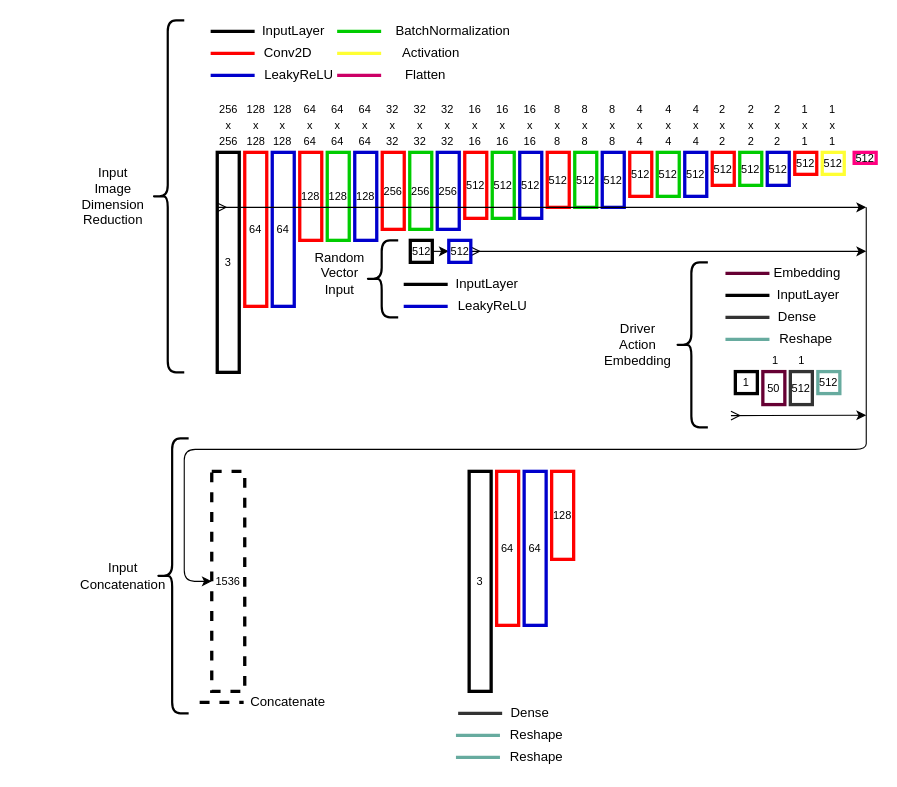
Above: page "Page-1" (1 of 2) of gen_diagram.drawio in cesarwenz/ENGG6570 (draw.io), before the change. Source tidied: cells renumbered, new cells numbered last; positions are measured from the earlier drawing's top-left corner, leaving out a move shared by most shapes. Both pictures are drawn from the tidied source at 110%, with x=0, y=0 at pixel (73, 20). Pictures stored in the file or linked from it are replaced by grey dashed boxes.
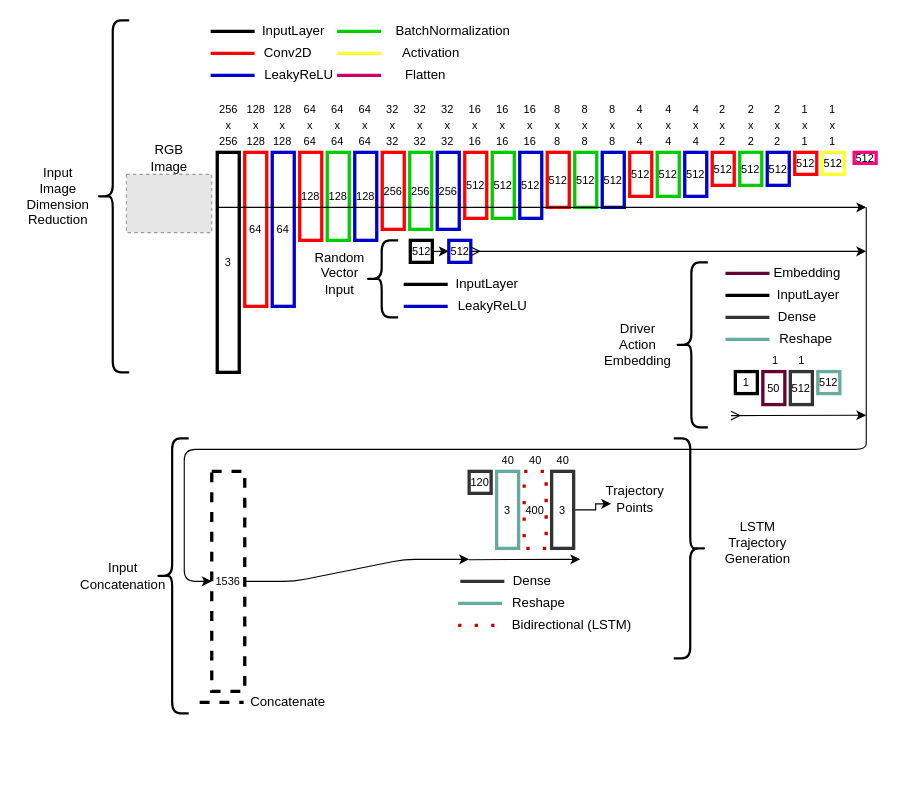
The same page after the edit.

The change refers to these unchanged cells:
```xml
<mxCell id="2" value="&lt;font style=&quot;font-size: 10px&quot;&gt;3&lt;/font&gt;" style="rounded=0;whiteSpace=wrap;html=1;strokeWidth=3;" parent="1" vertex="1">
  <mxGeometry x="131" y="120" width="20" height="200" as="geometry" />
</mxCell>
<mxCell id="91" value="&lt;font style=&quot;font-size: 10px&quot;&gt;1536&lt;/font&gt;" style="rounded=0;whiteSpace=wrap;html=1;strokeWidth=3;dashed=1;" parent="1" vertex="1">
  <mxGeometry x="126" y="410" width="30" height="200" as="geometry" />
</mxCell>
```

The edit, as a diff of the source:
```diff
@@
     <mxCell id="61" style="shape=curlyBracket;whiteSpace=wrap;html=1;rounded=1;strokeWidth=2;" parent="1" vertex="1">
-      <mxGeometry x="71" width="30" height="320" as="geometry" />
+      <mxGeometry x="21" width="30" height="320" as="geometry" />
     </mxCell>
     <mxCell id="62" value="Input&lt;br&gt;Image&lt;br&gt;Dimension&lt;br&gt;Reduction" style="text;html=1;align=center;verticalAlign=middle;strokeColor=none;" parent="1" vertex="1">
-      <mxGeometry x="1" y="130" width="70" height="60" as="geometry" />
+      <mxGeometry x="-49" y="130" width="70" height="60" as="geometry" />
     </mxCell>
@@
-    <mxCell id="71" style="endArrow=classic;html=1;strokeColor=#000000;strokeWidth=1;exitX=0;exitY=0.25;exitDx=0;exitDy=0;startArrow=ERmany;startFill=0;" parent="1" edge="1" source="2">
+    <mxCell id="71" style="endArrow=classic;html=1;strokeColor=#000000;strokeWidth=1;exitX=0;exitY=0.25;exitDx=0;exitDy=0;startArrow=none;startFill=0;" parent="1" edge="1" source="2">
       <mxGeometry relative="1" as="geometry">
         <mxPoint x="721" y="170" as="targetPoint" />
       </mxGeometry>
     </mxCell>
@@
-    <mxCell id="97" value="&lt;font style=&quot;font-size: 10px&quot;&gt;3&lt;/font&gt;" style="rounded=0;whiteSpace=wrap;html=1;strokeWidth=3;" parent="1" vertex="1">
-      <mxGeometry x="360" y="410" width="20" height="200" as="geometry" />
+    <mxCell id="97" value="&lt;font style=&quot;font-size: 10px&quot;&gt;120&lt;/font&gt;" style="rounded=0;whiteSpace=wrap;html=1;strokeWidth=3;strokeColor=#333333;" parent="1" vertex="1">
+      <mxGeometry x="360" y="410" width="20" height="20" as="geometry" />
     </mxCell>
-    <mxCell id="98" value="&lt;font size=&quot;1&quot;&gt;64&lt;/font&gt;" style="rounded=0;whiteSpace=wrap;html=1;strokeColor=#FF0000;strokeWidth=3;" parent="1" vertex="1">
-      <mxGeometry x="385" y="410" width="20" height="140" as="geometry" />
+    <mxCell id="98" value="&lt;font size=&quot;1&quot;&gt;3&lt;/font&gt;" style="rounded=0;whiteSpace=wrap;html=1;strokeWidth=3;strokeColor=#67AB9F;" parent="1" vertex="1">
+      <mxGeometry x="385" y="410" width="20" height="70" as="geometry" />
     </mxCell>
-    <mxCell id="99" value="&lt;font size=&quot;1&quot;&gt;64&lt;/font&gt;" style="rounded=0;whiteSpace=wrap;html=1;strokeColor=#0000CC;strokeWidth=3;" parent="1" vertex="1">
-      <mxGeometry x="410" y="410" width="20" height="140" as="geometry" />
+    <mxCell id="99" value="&lt;font size=&quot;1&quot;&gt;400&lt;/font&gt;" style="rounded=0;whiteSpace=wrap;html=1;strokeWidth=3;strokeColor=#CC0000;dashed=1;dashPattern=1 4;" parent="1" vertex="1">
+      <mxGeometry x="410" y="410" width="20" height="70" as="geometry" />
     </mxCell>
+    <mxCell id="107" style="edgeStyle=orthogonalEdgeStyle;rounded=0;jettySize=auto;html=1;entryX=-0.048;entryY=0.591;entryDx=0;entryDy=0;entryPerimeter=0;startArrow=none;startFill=0;strokeColor=#000000;strokeWidth=1;" parent="1" edge="1" source="100" target="117">
+      <mxGeometry relative="1" as="geometry" />
+    </mxCell>
-    <mxCell id="100" value="&lt;font style=&quot;font-size: 10px&quot;&gt;128&lt;/font&gt;" style="rounded=0;whiteSpace=wrap;html=1;strokeColor=#FF0000;strokeWidth=3;" parent="1" vertex="1">
-      <mxGeometry x="435" y="410" width="20" height="80" as="geometry" />
+    <mxCell id="100" value="&lt;font style=&quot;font-size: 10px&quot;&gt;3&lt;/font&gt;" style="rounded=0;whiteSpace=wrap;html=1;strokeWidth=3;strokeColor=#333333;" parent="1" vertex="1">
+      <mxGeometry x="435" y="410" width="20" height="70" as="geometry" />
     </mxCell>
     <mxCell id="101" style="endArrow=none;html=1;strokeWidth=3;strokeColor=#333333;" parent="1" edge="1">
       <mxGeometry relative="1" as="geometry">
-        <mxPoint x="350" y="630" as="sourcePoint" />
-        <mxPoint x="390" y="630" as="targetPoint" />
+        <mxPoint x="352" y="510" as="sourcePoint" />
+        <mxPoint x="392" y="510" as="targetPoint" />
       </mxGeometry>
     </mxCell>
     <mxCell id="102" value="Dense" style="text;html=1;align=center;verticalAlign=middle;strokeColor=none;" parent="1" vertex="1">
-      <mxGeometry x="390" y="620" width="50" height="20" as="geometry" />
+      <mxGeometry x="392" y="500" width="50" height="20" as="geometry" />
     </mxCell>
     <mxCell id="103" style="endArrow=none;html=1;strokeWidth=3;strokeColor=#67AB9F;" parent="1" edge="1">
       <mxGeometry relative="1" as="geometry">
-        <mxPoint x="348" y="650" as="sourcePoint" />
-        <mxPoint x="388" y="650" as="targetPoint" />
+        <mxPoint x="350" y="530" as="sourcePoint" />
+        <mxPoint x="390" y="530" as="targetPoint" />
       </mxGeometry>
     </mxCell>
     <mxCell id="104" value="Reshape" style="text;html=1;align=center;verticalAlign=middle;strokeColor=none;" parent="1" vertex="1">
-      <mxGeometry x="391" y="640" width="60" height="20" as="geometry" />
+      <mxGeometry x="393" y="520" width="60" height="20" as="geometry" />
     </mxCell>
-    <mxCell id="105" style="endArrow=none;html=1;strokeWidth=3;strokeColor=#67AB9F;" parent="1" edge="1">
+    <mxCell id="105" style="endArrow=none;html=1;strokeWidth=3;strokeColor=#CC0000;dashed=1;dashPattern=1 4;" parent="1" edge="1">
       <mxGeometry relative="1" as="geometry">
-        <mxPoint x="348" y="670" as="sourcePoint" />
-        <mxPoint x="388" y="670" as="targetPoint" />
+        <mxPoint x="350" y="550" as="sourcePoint" />
+        <mxPoint x="390" y="550" as="targetPoint" />
       </mxGeometry>
     </mxCell>
-    <mxCell id="106" value="Reshape" style="text;html=1;align=center;verticalAlign=middle;strokeColor=none;" parent="1" vertex="1">
-      <mxGeometry x="391" y="660" width="60" height="20" as="geometry" />
+    <mxCell id="106" value="Bidirectional (LSTM)" style="text;html=1;align=center;verticalAlign=middle;strokeColor=none;" parent="1" vertex="1">
+      <mxGeometry x="393" y="540" width="120" height="20" as="geometry" />
     </mxCell>
+    <mxCell id="108" value="&lt;font style=&quot;font-size: 10px&quot;&gt;40&lt;/font&gt;" style="text;html=1;align=center;verticalAlign=middle;strokeColor=none;" parent="1" vertex="1">
+      <mxGeometry x="380" y="390" width="30" height="20" as="geometry" />
+    </mxCell>
+    <mxCell id="109" value="&lt;font style=&quot;font-size: 10px&quot;&gt;40&lt;/font&gt;" style="text;html=1;align=center;verticalAlign=middle;strokeColor=none;" parent="1" vertex="1">
+      <mxGeometry x="405" y="390" width="30" height="20" as="geometry" />
+    </mxCell>
+    <mxCell id="110" value="&lt;font style=&quot;font-size: 10px&quot;&gt;40&lt;/font&gt;" style="text;html=1;align=center;verticalAlign=middle;strokeColor=none;" parent="1" vertex="1">
+      <mxGeometry x="430" y="390" width="30" height="20" as="geometry" />
+    </mxCell>
+    <mxCell id="111" style="endArrow=classic;html=1;strokeWidth=1;exitX=1;exitY=0.5;exitDx=0;exitDy=0;" parent="1" edge="1" source="91">
+      <mxGeometry relative="1" as="geometry">
+        <mxPoint x="360" y="490" as="targetPoint" />
+        <Array as="points">
+          <mxPoint x="201" y="510" />
+          <mxPoint x="301" y="490" />
+        </Array>
+      </mxGeometry>
+    </mxCell>
+    <mxCell id="112" style="endArrow=classic;html=1;strokeColor=#000000;strokeWidth=1;exitX=0;exitY=0.25;exitDx=0;exitDy=0;startArrow=none;startFill=0;" parent="1" edge="1">
+      <mxGeometry relative="1" as="geometry">
+        <mxPoint x="359.5" y="490.3" as="sourcePoint" />
+        <mxPoint x="461" y="490" as="targetPoint" />
+      </mxGeometry>
+    </mxCell>
+    <mxCell id="113" style="shape=curlyBracket;whiteSpace=wrap;html=1;rounded=1;strokeWidth=2;rotation=-180;" parent="1" vertex="1">
+      <mxGeometry x="546" y="380" width="30" height="200" as="geometry" />
+    </mxCell>
+    <mxCell id="114" value="LSTM&lt;br&gt;Trajectory&lt;br&gt;Generation" style="text;html=1;align=center;verticalAlign=middle;strokeColor=none;" parent="1" vertex="1">
+      <mxGeometry x="587" y="450" width="70" height="50" as="geometry" />
+    </mxCell>
+    <mxCell id="115" value="RGB&lt;br&gt;Image" style="text;html=1;align=center;verticalAlign=middle;strokeColor=none;" parent="1" vertex="1">
+      <mxGeometry x="62.2" y="110" width="50" height="30" as="geometry" />
+    </mxCell>
+    <mxCell id="116" style="fillColor=#E6E6E6;strokeColor=#999999;dashed=1;verticalLabelPosition=bottom;labelBackgroundColor=#ffffff;verticalAlign=top;" parent="1" vertex="1">
+      <mxGeometry x="48.4" y="140" width="77.6" height="53" as="geometry" />
+    </mxCell>
+    <mxCell id="117" value="Trajectory&lt;br&gt;Points" style="text;html=1;strokeColor=none;fillColor=none;align=center;verticalAlign=middle;whiteSpace=wrap;rounded=0;dashed=1;dashPattern=1 4;" parent="1" vertex="1">
+      <mxGeometry x="491" y="410" width="40" height="50" as="geometry" />
+    </mxCell>
```
